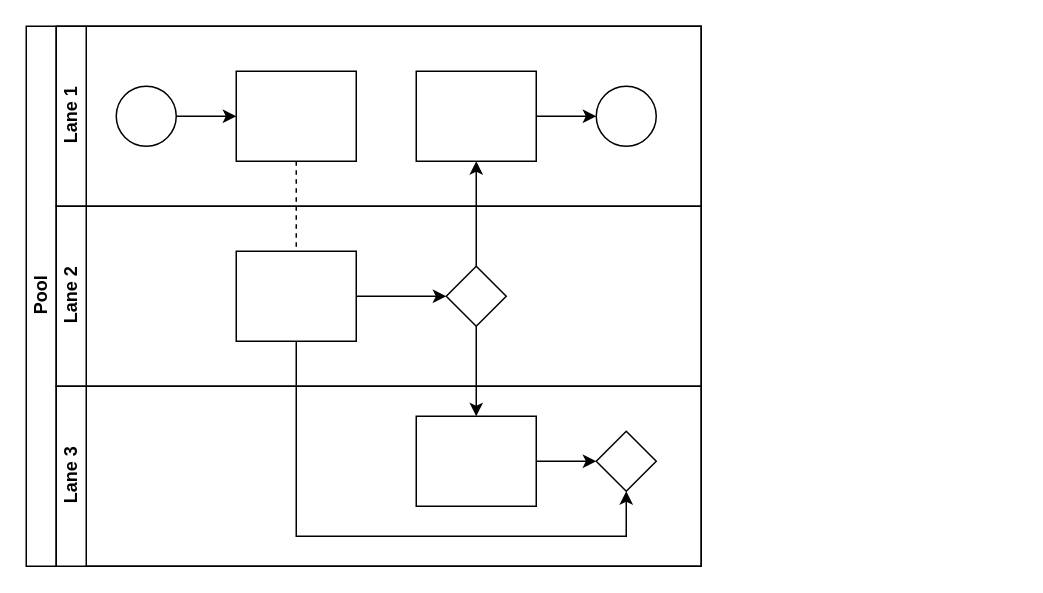
The draw.io diagram 未命名绘图.drawio in QQQQQAQQQQQ/gitskills, before the edit. Source tidied: cells renumbered, new cells numbered last; positions are measured from the earlier drawing's top-left corner, leaving out a move shared by most shapes. Both pictures are drawn from the tidied source at 150%, with x=0, y=0 at pixel (26, 26).
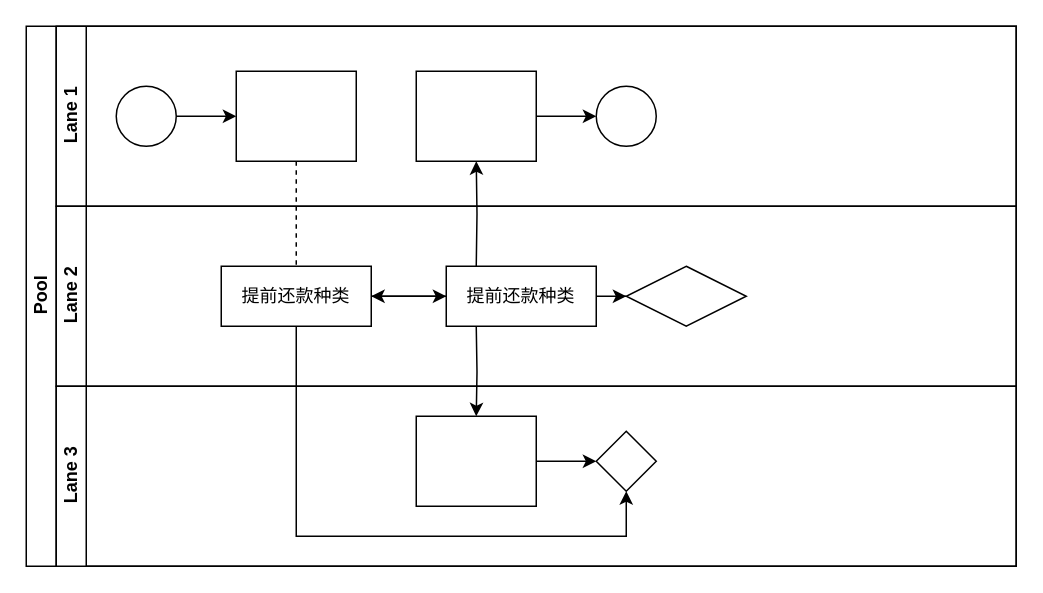
After the change.

Commit message (it also covers changes not shown here):
更新未命名绘图.drawio

The change refers to these unchanged cells:
```xml
<mxCell id="12" style="rounded=0;whiteSpace=wrap;html=1;fontFamily=Helvetica;fontSize=12;fontColor=#000000;align=center;" parent="7" vertex="1">
  <mxGeometry x="240" y="30" width="80" height="60" as="geometry" />
</mxCell>
<mxCell id="20" style="rounded=0;whiteSpace=wrap;html=1;fontFamily=Helvetica;fontSize=12;fontColor=#000000;align=center;" parent="18" vertex="1">
  <mxGeometry x="240" y="20" width="80" height="60" as="geometry" />
</mxCell>
```

The edit, as a diff of the source:
```diff
@@
     <mxCell id="2" value="Pool" style="swimlane;html=1;horizontal=0;startSize=20;" parent="1" vertex="1">
-      <mxGeometry width="450" height="360" as="geometry" />
+      <mxGeometry width="660" height="360" as="geometry" />
     </mxCell>
@@
-    <mxCell id="4" style="edgeStyle=orthogonalEdgeStyle;rounded=0;jettySize=auto;html=1;endArrow=classic;endFill=1;" parent="2" edge="1" source="17" target="12">
-      <mxGeometry relative="1" as="geometry" />
+    <mxCell id="4" style="edgeStyle=orthogonalEdgeStyle;rounded=0;jettySize=auto;html=1;endArrow=classic;endFill=1;" parent="2" edge="1" target="12">
+      <mxGeometry relative="1" as="geometry">
+        <mxPoint x="300" y="160" as="sourcePoint" />
+      </mxGeometry>
     </mxCell>
-    <mxCell id="5" style="edgeStyle=orthogonalEdgeStyle;rounded=0;jettySize=auto;html=1;endArrow=classic;endFill=1;" parent="2" edge="1" source="17" target="20">
-      <mxGeometry relative="1" as="geometry" />
+    <mxCell id="5" style="edgeStyle=orthogonalEdgeStyle;rounded=0;jettySize=auto;html=1;endArrow=classic;endFill=1;" parent="2" edge="1" target="20">
+      <mxGeometry relative="1" as="geometry">
+        <mxPoint x="300" y="200" as="sourcePoint" />
+      </mxGeometry>
     </mxCell>
@@
     <mxCell id="7" value="Lane 1" style="swimlane;html=1;startSize=20;horizontal=0;" parent="2" vertex="1">
-      <mxGeometry x="20" width="430" height="120" as="geometry" />
+      <mxGeometry x="20" width="640" height="120" as="geometry" />
     </mxCell>
@@
     <mxCell id="14" value="Lane 2" style="swimlane;html=1;startSize=20;horizontal=0;" parent="2" vertex="1">
-      <mxGeometry x="20" y="120" width="430" height="120" as="geometry" />
+      <mxGeometry x="20" y="120" width="640" height="120" as="geometry" />
     </mxCell>
-    <mxCell id="15" style="edgeStyle=orthogonalEdgeStyle;rounded=0;jettySize=auto;html=1;endArrow=classic;endFill=1;" parent="14" edge="1" source="16" target="17">
-      <mxGeometry relative="1" as="geometry" />
+    <mxCell id="15" style="edgeStyle=orthogonalEdgeStyle;rounded=0;jettySize=auto;html=1;endArrow=classic;endFill=1;" parent="14" edge="1" source="16">
+      <mxGeometry relative="1" as="geometry">
+        <mxPoint x="260" y="60" as="targetPoint" />
+      </mxGeometry>
     </mxCell>
-    <mxCell id="16" style="rounded=0;whiteSpace=wrap;html=1;fontFamily=Helvetica;fontSize=12;fontColor=#000000;align=center;" parent="14" vertex="1">
-      <mxGeometry x="120" y="30" width="80" height="60" as="geometry" />
+    <mxCell id="16" value="提前还款种类" style="rounded=0;whiteSpace=wrap;html=1;fontFamily=Helvetica;fontSize=12;fontColor=#000000;align=center;" parent="14" vertex="1">
+      <mxGeometry x="110" y="40" width="100" height="40" as="geometry" />
     </mxCell>
-    <mxCell id="17" style="rhombus;whiteSpace=wrap;html=1;fontFamily=Helvetica;fontSize=12;fontColor=#000000;align=center;" parent="14" vertex="1">
-      <mxGeometry x="260" y="40" width="40" height="40" as="geometry" />
-    </mxCell>
+    <mxCell id="22" style="edgeStyle=orthogonalEdgeStyle;rounded=0;jettySize=auto;html=1;" parent="14" edge="1" source="24" target="25">
+      <mxGeometry relative="1" as="geometry" />
+    </mxCell>
+    <mxCell id="23" style="edgeStyle=orthogonalEdgeStyle;rounded=0;jettySize=auto;html=1;" parent="14" edge="1" source="24" target="16">
+      <mxGeometry relative="1" as="geometry" />
+    </mxCell>
+    <mxCell id="24" value="提前还款种类" style="rounded=0;whiteSpace=wrap;html=1;fontFamily=Helvetica;fontSize=12;fontColor=#000000;align=center;" parent="14" vertex="1">
+      <mxGeometry x="260" y="40" width="100" height="40" as="geometry" />
+    </mxCell>
+    <mxCell id="25" style="rhombus;whiteSpace=wrap;html=1;fontColor=#000000;rounded=0;" parent="14" vertex="1">
+      <mxGeometry x="380" y="40" width="80" height="40" as="geometry" />
+    </mxCell>
     <mxCell id="18" value="Lane 3" style="swimlane;html=1;startSize=20;horizontal=0;" parent="2" vertex="1">
-      <mxGeometry x="20" y="240" width="430" height="120" as="geometry" />
+      <mxGeometry x="20" y="240" width="640" height="120" as="geometry" />
     </mxCell>
```
